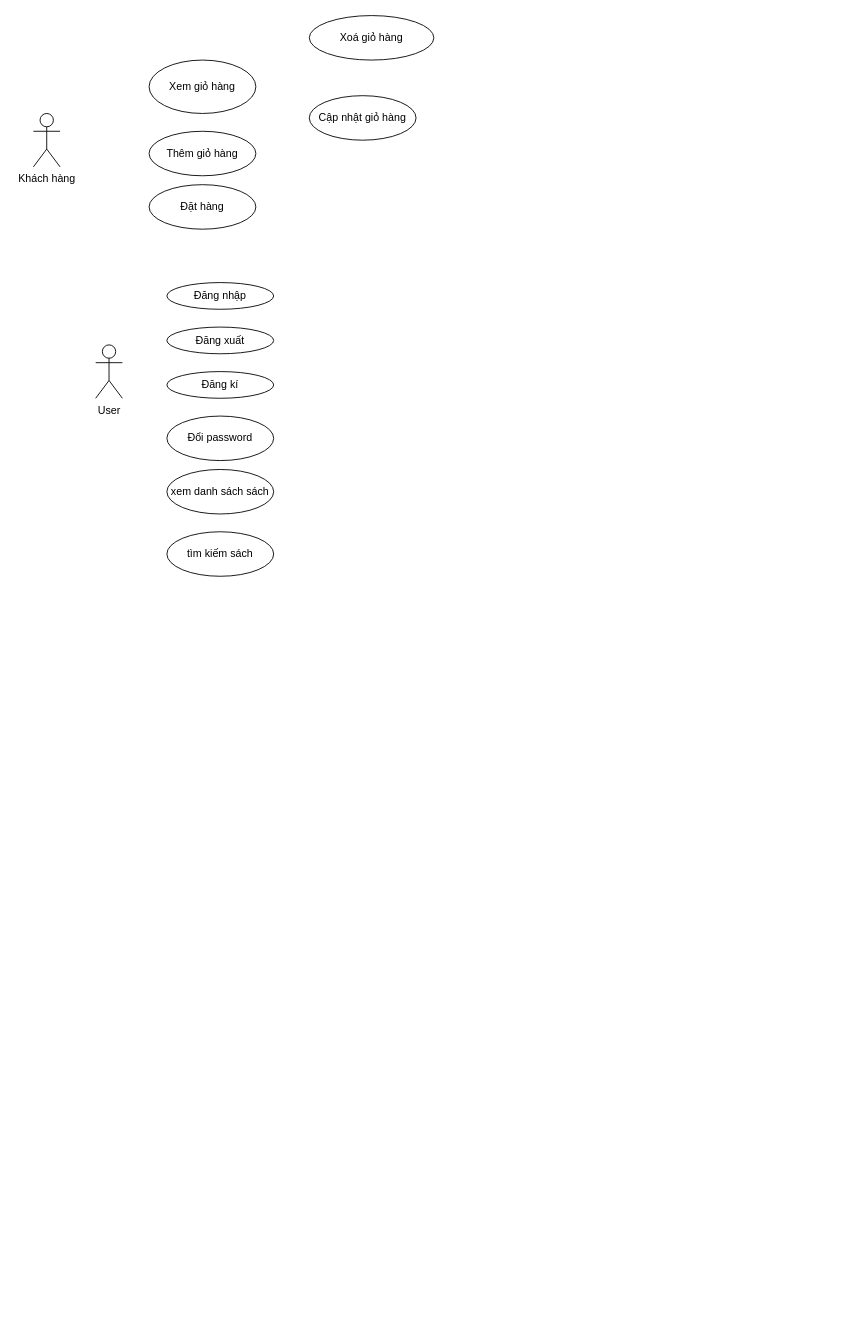
The draw.io diagram Untitled Diagram.drawio in leehoang21/uml, before the edit. Source tidied: cells renumbered, new cells numbered last; positions are measured from the earlier drawing's top-left corner, leaving out a move shared by most shapes. Both pictures are drawn from the tidied source at 89%, with x=0, y=0 at pixel (33, 15).
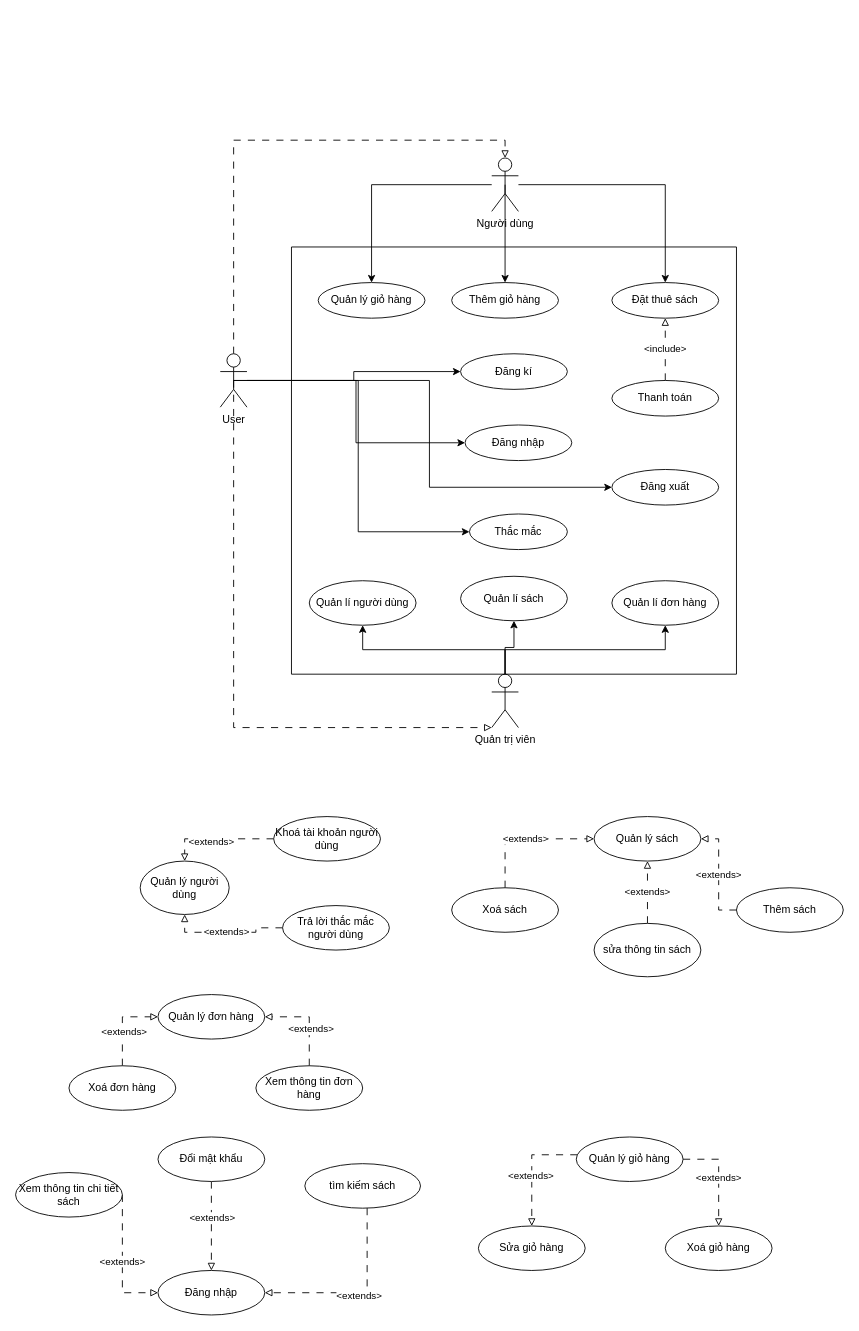
Above is the later version.

Diff of the diagram source:
```diff
@@
+    <mxCell id="15" style="edgeStyle=orthogonalEdgeStyle;rounded=0;jettySize=auto;html=1;entryX=0;entryY=0.5;entryDx=0;entryDy=0;" parent="1" edge="1" source="2" target="5">
+      <mxGeometry relative="1" as="geometry" />
+    </mxCell>
+    <mxCell id="16" style="edgeStyle=orthogonalEdgeStyle;rounded=0;jettySize=auto;html=1;exitX=0.5;exitY=0.5;exitDx=0;exitDy=0;exitPerimeter=0;entryX=0;entryY=0.5;entryDx=0;entryDy=0;" parent="1" edge="1" source="2" target="4">
+      <mxGeometry relative="1" as="geometry" />
+    </mxCell>
+    <mxCell id="17" style="edgeStyle=orthogonalEdgeStyle;rounded=0;jettySize=auto;html=1;exitX=0.5;exitY=0.5;exitDx=0;exitDy=0;exitPerimeter=0;entryX=0;entryY=0.5;entryDx=0;entryDy=0;" parent="1" edge="1" source="2" target="3">
+      <mxGeometry relative="1" as="geometry" />
+    </mxCell>
+    <mxCell id="18" style="edgeStyle=orthogonalEdgeStyle;rounded=0;jettySize=auto;html=1;exitX=0.5;exitY=0;exitDx=0;exitDy=0;exitPerimeter=0;entryX=0.5;entryY=0;entryDx=0;entryDy=0;entryPerimeter=0;dashed=1;endArrow=block;endFill=0;dashPattern=8 8;" parent="1" edge="1" source="2" target="9">
+      <mxGeometry relative="1" as="geometry" />
+    </mxCell>
+    <mxCell id="19" style="edgeStyle=orthogonalEdgeStyle;rounded=0;jettySize=auto;html=1;exitX=0.5;exitY=0.5;exitDx=0;exitDy=0;exitPerimeter=0;entryX=0;entryY=1;entryDx=0;entryDy=0;entryPerimeter=0;dashed=1;endArrow=block;endFill=0;dashPattern=8 8;" parent="1" edge="1" source="2" target="27">
+      <mxGeometry relative="1" as="geometry">
+        <Array as="points">
+          <mxPoint x="225" y="800" />
+        </Array>
+      </mxGeometry>
+    </mxCell>
+    <mxCell id="20" style="edgeStyle=orthogonalEdgeStyle;rounded=0;jettySize=auto;html=1;entryX=0;entryY=0.5;entryDx=0;entryDy=0;" parent="1" edge="1" source="2" target="69">
+      <mxGeometry relative="1" as="geometry" />
+    </mxCell>
     <mxCell id="2" value="User" style="shape=umlActor;verticalLabelPosition=bottom;verticalAlign=top;html=1;outlineConnect=0;" parent="1" vertex="1">
-      <mxGeometry x="70" y="370" width="30" height="60" as="geometry" />
+      <mxGeometry x="210" y="380" width="30" height="60" as="geometry" />
     </mxCell>
     <mxCell id="3" value="Đăng nhập" style="ellipse;whiteSpace=wrap;html=1;" parent="1" vertex="1">
-      <mxGeometry x="150" y="300" width="120" height="30" as="geometry" />
+      <mxGeometry x="485" y="460" width="120" height="40" as="geometry" />
     </mxCell>
     <mxCell id="4" value="Đăng xuất" style="ellipse;whiteSpace=wrap;html=1;" parent="1" vertex="1">
-      <mxGeometry x="150" y="350" width="120" height="30" as="geometry" />
+      <mxGeometry x="650" y="510" width="120" height="40" as="geometry" />
     </mxCell>
     <mxCell id="5" value="Đăng kí" style="ellipse;whiteSpace=wrap;html=1;" parent="1" vertex="1">
-      <mxGeometry x="150" y="400" width="120" height="30" as="geometry" />
+      <mxGeometry x="480" y="380" width="120" height="40" as="geometry" />
     </mxCell>
-    <mxCell id="6" value="Đổi password" style="ellipse;whiteSpace=wrap;html=1;" parent="1" vertex="1">
-      <mxGeometry x="150" y="450" width="120" height="50" as="geometry" />
-    </mxCell>
-    <mxCell id="7" value="xem danh sách sách" style="ellipse;whiteSpace=wrap;html=1;" parent="1" vertex="1">
-      <mxGeometry x="150" y="510" width="120" height="50" as="geometry" />
-    </mxCell>
-    <mxCell id="8" value="tìm kiếm sách" style="ellipse;whiteSpace=wrap;html=1;" parent="1" vertex="1">
-      <mxGeometry x="150" y="580" width="120" height="50" as="geometry" />
-    </mxCell>
+    <mxCell id="21" style="edgeStyle=orthogonalEdgeStyle;rounded=0;jettySize=auto;html=1;exitX=0.5;exitY=0.5;exitDx=0;exitDy=0;exitPerimeter=0;" parent="1" edge="1" source="9" target="10">
+      <mxGeometry relative="1" as="geometry" />
+    </mxCell>
+    <mxCell id="22" style="edgeStyle=orthogonalEdgeStyle;rounded=0;jettySize=auto;html=1;" parent="1" edge="1" source="9" target="12">
+      <mxGeometry relative="1" as="geometry" />
+    </mxCell>
+    <mxCell id="23" style="edgeStyle=orthogonalEdgeStyle;rounded=0;jettySize=auto;html=1;entryX=0.5;entryY=0;entryDx=0;entryDy=0;" parent="1" edge="1" source="9" target="11">
+      <mxGeometry relative="1" as="geometry" />
+    </mxCell>
-    <mxCell id="9" value="Khách hàng" style="shape=umlActor;verticalLabelPosition=bottom;verticalAlign=top;html=1;outlineConnect=0;" parent="1" vertex="1">
-      <mxGeometry y="110" width="30" height="60" as="geometry" />
+    <mxCell id="9" value="Người dùng" style="shape=umlActor;verticalLabelPosition=bottom;verticalAlign=top;html=1;outlineConnect=0;" parent="1" vertex="1">
+      <mxGeometry x="515" y="160" width="30" height="60" as="geometry" />
     </mxCell>
     <mxCell id="10" value="Thêm giỏ hàng" style="ellipse;whiteSpace=wrap;html=1;" parent="1" vertex="1">
-      <mxGeometry x="130" y="130" width="120" height="50" as="geometry" />
+      <mxGeometry x="470" y="300" width="120" height="40" as="geometry" />
     </mxCell>
+    <mxCell id="12" value="Đặt thuê sách" style="ellipse;whiteSpace=wrap;html=1;" parent="1" vertex="1">
+      <mxGeometry x="650" y="300" width="120" height="40" as="geometry" />
+    </mxCell>
+    <mxCell id="24" style="edgeStyle=orthogonalEdgeStyle;rounded=0;jettySize=auto;html=1;exitX=0.5;exitY=0;exitDx=0;exitDy=0;exitPerimeter=0;entryX=0.5;entryY=1;entryDx=0;entryDy=0;" parent="1" edge="1" source="27" target="29">
+      <mxGeometry relative="1" as="geometry" />
+    </mxCell>
+    <mxCell id="25" style="edgeStyle=orthogonalEdgeStyle;rounded=0;jettySize=auto;html=1;exitX=0.5;exitY=0;exitDx=0;exitDy=0;exitPerimeter=0;entryX=0.5;entryY=1;entryDx=0;entryDy=0;" parent="1" edge="1" source="27" target="30">
+      <mxGeometry relative="1" as="geometry" />
+    </mxCell>
+    <mxCell id="26" style="edgeStyle=orthogonalEdgeStyle;rounded=0;jettySize=auto;html=1;exitX=0.5;exitY=0;exitDx=0;exitDy=0;exitPerimeter=0;" parent="1" edge="1" source="27" target="28">
+      <mxGeometry relative="1" as="geometry" />
+    </mxCell>
+    <mxCell id="27" value="Quản trị viên" style="shape=umlActor;verticalLabelPosition=bottom;verticalAlign=top;html=1;outlineConnect=0;" parent="1" vertex="1">
+      <mxGeometry x="515" y="740" width="30" height="60" as="geometry" />
+    </mxCell>
+    <mxCell id="28" value="Quản lí người dùng" style="ellipse;whiteSpace=wrap;html=1;" parent="1" vertex="1">
+      <mxGeometry x="310" y="635" width="120" height="50" as="geometry" />
+    </mxCell>
+    <mxCell id="29" value="Quản lí sách" style="ellipse;whiteSpace=wrap;html=1;" parent="1" vertex="1">
+      <mxGeometry x="480" y="630" width="120" height="50" as="geometry" />
+    </mxCell>
+    <mxCell id="30" value="Quản lí đơn hàng" style="ellipse;whiteSpace=wrap;html=1;" parent="1" vertex="1">
+      <mxGeometry x="650" y="635" width="120" height="50" as="geometry" />
+    </mxCell>
+    <mxCell id="31" value="&amp;lt;include&amp;gt;" style="edgeStyle=orthogonalEdgeStyle;rounded=0;jettySize=auto;html=1;entryX=0.5;entryY=1;entryDx=0;entryDy=0;dashed=1;dashPattern=8 8;endArrow=block;endFill=0;" parent="1" edge="1" source="32" target="12">
+      <mxGeometry relative="1" as="geometry" />
+    </mxCell>
+    <mxCell id="32" value="Thanh toán" style="ellipse;whiteSpace=wrap;html=1;" parent="1" vertex="1">
+      <mxGeometry x="650" y="410" width="120" height="40" as="geometry" />
+    </mxCell>
+    <mxCell id="33" style="endArrow=none;html=1;rounded=0;" parent="1" edge="1">
+      <mxGeometry relative="1" as="geometry">
+        <mxPoint x="290" y="260" as="sourcePoint" />
+        <mxPoint x="290" y="260" as="targetPoint" />
+        <Array as="points">
+          <mxPoint x="790" y="260" />
+          <mxPoint x="790" y="740" />
+          <mxPoint x="290" y="740" />
+        </Array>
+      </mxGeometry>
+    </mxCell>
-    <mxCell id="11" value="Xem giỏ hàng" style="ellipse;whiteSpace=wrap;html=1;" parent="1" vertex="1">
-      <mxGeometry x="130" y="50" width="120" height="60" as="geometry" />
+    <mxCell id="11" value="Quản lý giỏ hàng" style="ellipse;whiteSpace=wrap;html=1;" parent="1" vertex="1">
+      <mxGeometry x="320" y="300" width="120" height="40" as="geometry" />
     </mxCell>
-    <mxCell id="12" value="Đặt hàng" style="ellipse;whiteSpace=wrap;html=1;" parent="1" vertex="1">
-      <mxGeometry x="130" y="190" width="120" height="50" as="geometry" />
-    </mxCell>
+    <mxCell id="34" value="Quản lý người dùng" style="ellipse;whiteSpace=wrap;html=1;" parent="1" vertex="1">
+      <mxGeometry x="120" y="950" width="100" height="60" as="geometry" />
+    </mxCell>
+    <mxCell id="35" style="edgeStyle=orthogonalEdgeStyle;rounded=0;jettySize=auto;html=1;exitX=0;exitY=0.5;exitDx=0;exitDy=0;entryX=0.5;entryY=0;entryDx=0;entryDy=0;dashed=1;dashPattern=8 8;endArrow=block;endFill=0;" parent="1" edge="1" source="37" target="34">
+      <mxGeometry relative="1" as="geometry" />
+    </mxCell>
+    <mxCell id="36" value="&amp;lt;extends&amp;gt;" style="edgeLabel;html=1;align=center;verticalAlign=middle;" parent="35" vertex="1">
+      <mxGeometry x="0.14" y="2" relative="1" as="geometry" />
+    </mxCell>
+    <mxCell id="37" value="Khoá tài khoản người dùng" style="ellipse;whiteSpace=wrap;html=1;" parent="1" vertex="1">
+      <mxGeometry x="270" y="900" width="120" height="50" as="geometry" />
+    </mxCell>
+    <mxCell id="38" value="&amp;lt;extends&amp;gt;" style="edgeStyle=orthogonalEdgeStyle;rounded=0;jettySize=auto;html=1;entryX=0.5;entryY=1;entryDx=0;entryDy=0;dashed=1;dashPattern=8 8;endArrow=block;endFill=0;" parent="1" edge="1" source="39" target="34">
+      <mxGeometry relative="1" as="geometry" />
+    </mxCell>
+    <mxCell id="39" value="Trả lời thắc mắc người dùng" style="ellipse;whiteSpace=wrap;html=1;" parent="1" vertex="1">
+      <mxGeometry x="280" y="1000" width="120" height="50" as="geometry" />
+    </mxCell>
+    <mxCell id="40" value="Quản lý sách" style="ellipse;whiteSpace=wrap;html=1;align=center;" parent="1" vertex="1">
+      <mxGeometry x="630" y="900" width="120" height="50" as="geometry" />
+    </mxCell>
+    <mxCell id="41" value="&amp;lt;extends&amp;gt;" style="edgeStyle=orthogonalEdgeStyle;rounded=0;jettySize=auto;html=1;entryX=1;entryY=0.5;entryDx=0;entryDy=0;dashed=1;dashPattern=8 8;endArrow=block;endFill=0;" parent="1" edge="1" source="42" target="40">
+      <mxGeometry relative="1" as="geometry" />
+    </mxCell>
+    <mxCell id="42" value="Thêm sách" style="ellipse;whiteSpace=wrap;html=1;" parent="1" vertex="1">
+      <mxGeometry x="790" y="980" width="120" height="50" as="geometry" />
+    </mxCell>
+    <mxCell id="43" style="edgeStyle=orthogonalEdgeStyle;rounded=0;jettySize=auto;html=1;exitX=0.5;exitY=0;exitDx=0;exitDy=0;entryX=0;entryY=0.5;entryDx=0;entryDy=0;dashed=1;dashPattern=8 8;endArrow=block;endFill=0;" parent="1" edge="1" source="45" target="40">
+      <mxGeometry relative="1" as="geometry" />
+    </mxCell>
+    <mxCell id="44" value="&amp;lt;extends&amp;gt;" style="edgeLabel;html=1;align=center;verticalAlign=middle;" parent="43" vertex="1">
+      <mxGeometry x="-0.01" y="1" relative="1" as="geometry" />
+    </mxCell>
+    <mxCell id="45" value="Xoá sách" style="ellipse;whiteSpace=wrap;html=1;" parent="1" vertex="1">
+      <mxGeometry x="470" y="980" width="120" height="50" as="geometry" />
+    </mxCell>
+    <mxCell id="46" value="&amp;lt;extends&amp;gt;" style="edgeStyle=orthogonalEdgeStyle;rounded=0;jettySize=auto;html=1;exitX=0.5;exitY=0;exitDx=0;exitDy=0;entryX=0.5;entryY=1;entryDx=0;entryDy=0;dashed=1;dashPattern=8 8;endArrow=block;endFill=0;" parent="1" edge="1" source="47" target="40">
+      <mxGeometry relative="1" as="geometry" />
+    </mxCell>
+    <mxCell id="47" value="sửa thông tin sách" style="ellipse;whiteSpace=wrap;html=1;" parent="1" vertex="1">
+      <mxGeometry x="630" y="1020" width="120" height="60" as="geometry" />
+    </mxCell>
+    <mxCell id="48" value="Quản lý đơn hàng" style="ellipse;whiteSpace=wrap;html=1;" parent="1" vertex="1">
+      <mxGeometry x="140" y="1100" width="120" height="50" as="geometry" />
+    </mxCell>
+    <mxCell id="49" style="edgeStyle=orthogonalEdgeStyle;rounded=0;jettySize=auto;html=1;entryX=0;entryY=0.5;entryDx=0;entryDy=0;dashed=1;dashPattern=8 8;endArrow=block;endFill=0;" parent="1" edge="1" source="51" target="48">
+      <mxGeometry relative="1" as="geometry" />
+    </mxCell>
+    <mxCell id="50" value="&amp;lt;extends&amp;gt;" style="edgeLabel;html=1;align=center;verticalAlign=middle;" parent="49" vertex="1">
+      <mxGeometry x="-0.18" y="-1" relative="1" as="geometry" />
+    </mxCell>
+    <mxCell id="51" value="Xoá đơn hàng" style="ellipse;whiteSpace=wrap;html=1;" parent="1" vertex="1">
+      <mxGeometry x="40" y="1180" width="120" height="50" as="geometry" />
+    </mxCell>
+    <mxCell id="52" style="edgeStyle=orthogonalEdgeStyle;rounded=0;jettySize=auto;html=1;entryX=1;entryY=0.5;entryDx=0;entryDy=0;dashed=1;dashPattern=8 8;endArrow=block;endFill=0;" parent="1" edge="1" source="54" target="48">
+      <mxGeometry relative="1" as="geometry" />
+    </mxCell>
+    <mxCell id="53" value="&amp;lt;extends&amp;gt;" style="edgeLabel;html=1;align=center;verticalAlign=middle;" parent="52" vertex="1">
+      <mxGeometry x="-0.2" y="-1" relative="1" as="geometry" />
+    </mxCell>
+    <mxCell id="54" value="Xem thông tin đơn hàng" style="ellipse;whiteSpace=wrap;html=1;" parent="1" vertex="1">
+      <mxGeometry x="250" y="1180" width="120" height="50" as="geometry" />
+    </mxCell>
+    <mxCell id="55" style="edgeStyle=orthogonalEdgeStyle;rounded=0;jettySize=auto;html=1;entryX=0.5;entryY=0;entryDx=0;entryDy=0;dashed=1;dashPattern=8 8;endArrow=block;endFill=0;" parent="1" edge="1" source="59" target="60">
+      <mxGeometry relative="1" as="geometry">
+        <Array as="points">
+          <mxPoint x="560" y="1280" />
+        </Array>
+      </mxGeometry>
+    </mxCell>
+    <mxCell id="56" value="&amp;lt;extends&amp;gt;" style="edgeLabel;html=1;align=center;verticalAlign=middle;" parent="55" vertex="1">
+      <mxGeometry x="0.15" y="-2" relative="1" as="geometry" />
+    </mxCell>
+    <mxCell id="57" style="edgeStyle=orthogonalEdgeStyle;rounded=0;jettySize=auto;html=1;exitX=1;exitY=0.5;exitDx=0;exitDy=0;dashed=1;dashPattern=8 8;endArrow=block;endFill=0;" parent="1" edge="1" source="59" target="13">
+      <mxGeometry relative="1" as="geometry" />
+    </mxCell>
+    <mxCell id="58" value="&amp;lt;extends&amp;gt;" style="edgeLabel;html=1;align=center;verticalAlign=middle;" parent="57" vertex="1">
+      <mxGeometry x="0.04" y="-1" relative="1" as="geometry" />
+    </mxCell>
+    <mxCell id="59" value="Quản lý giỏ hàng" style="ellipse;whiteSpace=wrap;html=1;" parent="1" vertex="1">
+      <mxGeometry x="610" y="1260" width="120" height="50" as="geometry" />
+    </mxCell>
     <mxCell id="13" value="Xoá giỏ hàng" style="ellipse;whiteSpace=wrap;html=1;" parent="1" vertex="1">
-      <mxGeometry x="310" width="140" height="50" as="geometry" />
+      <mxGeometry x="710" y="1360" width="120" height="50" as="geometry" />
     </mxCell>
-    <mxCell id="14" value="Cập nhật giỏ hàng" style="ellipse;whiteSpace=wrap;html=1;" parent="1" vertex="1">
-      <mxGeometry x="310" y="90" width="120" height="50" as="geometry" />
-    </mxCell>
+    <mxCell id="60" value="Sửa giỏ hàng" style="ellipse;whiteSpace=wrap;html=1;" parent="1" vertex="1">
+      <mxGeometry x="500" y="1360" width="120" height="50" as="geometry" />
+    </mxCell>
+    <mxCell id="61" value="Đăng nhập" style="ellipse;whiteSpace=wrap;html=1;" parent="1" vertex="1">
+      <mxGeometry x="140" y="1410" width="120" height="50" as="geometry" />
+    </mxCell>
+    <mxCell id="62" value="&amp;lt;extends&amp;gt;" style="edgeStyle=orthogonalEdgeStyle;rounded=0;jettySize=auto;html=1;dashed=1;dashPattern=8 8;endArrow=block;endFill=0;" parent="1" edge="1" source="63" target="61">
+      <mxGeometry relative="1" as="geometry">
+        <Array as="points">
+          <mxPoint x="100" y="1435" />
+          <mxPoint x="100" y="1435" />
+        </Array>
+      </mxGeometry>
+    </mxCell>
+    <mxCell id="63" value="Xem thông tin chi tiết sách" style="ellipse;whiteSpace=wrap;html=1;" parent="1" vertex="1">
+      <mxGeometry x="-20" y="1300" width="120" height="50" as="geometry" />
+    </mxCell>
+    <mxCell id="64" style="edgeStyle=orthogonalEdgeStyle;rounded=0;jettySize=auto;html=1;entryX=1;entryY=0.5;entryDx=0;entryDy=0;dashed=1;dashPattern=8 8;endArrow=block;endFill=0;" parent="1" edge="1" source="8" target="61">
+      <mxGeometry relative="1" as="geometry">
+        <Array as="points">
+          <mxPoint x="375" y="1435" />
+        </Array>
+      </mxGeometry>
+    </mxCell>
+    <mxCell id="65" value="&amp;lt;extends&amp;gt;" style="edgeLabel;html=1;align=center;verticalAlign=middle;" parent="64" vertex="1">
+      <mxGeometry y="2" relative="1" as="geometry" />
+    </mxCell>
+    <mxCell id="8" value="tìm kiếm sách" style="ellipse;whiteSpace=wrap;html=1;" parent="1" vertex="1">
+      <mxGeometry x="305" y="1290" width="130" height="50" as="geometry" />
+    </mxCell>
+    <mxCell id="66" style="edgeStyle=orthogonalEdgeStyle;rounded=0;jettySize=auto;html=1;dashed=1;dashPattern=8 8;endArrow=block;endFill=0;entryX=0.5;entryY=0;entryDx=0;entryDy=0;" parent="1" edge="1" source="68" target="61">
+      <mxGeometry relative="1" as="geometry" />
+    </mxCell>
+    <mxCell id="67" value="&amp;lt;extends&amp;gt;" style="edgeLabel;html=1;align=center;verticalAlign=middle;" parent="66" vertex="1">
+      <mxGeometry x="-0.2" relative="1" as="geometry" />
+    </mxCell>
+    <mxCell id="68" value="Đổi mật khẩu" style="ellipse;whiteSpace=wrap;html=1;" parent="1" vertex="1">
+      <mxGeometry x="140" y="1260" width="120" height="50" as="geometry" />
+    </mxCell>
+    <mxCell id="69" value="Thắc mắc" style="ellipse;whiteSpace=wrap;html=1;" parent="1" vertex="1">
+      <mxGeometry x="490" y="560" width="110" height="40" as="geometry" />
+    </mxCell>
```
